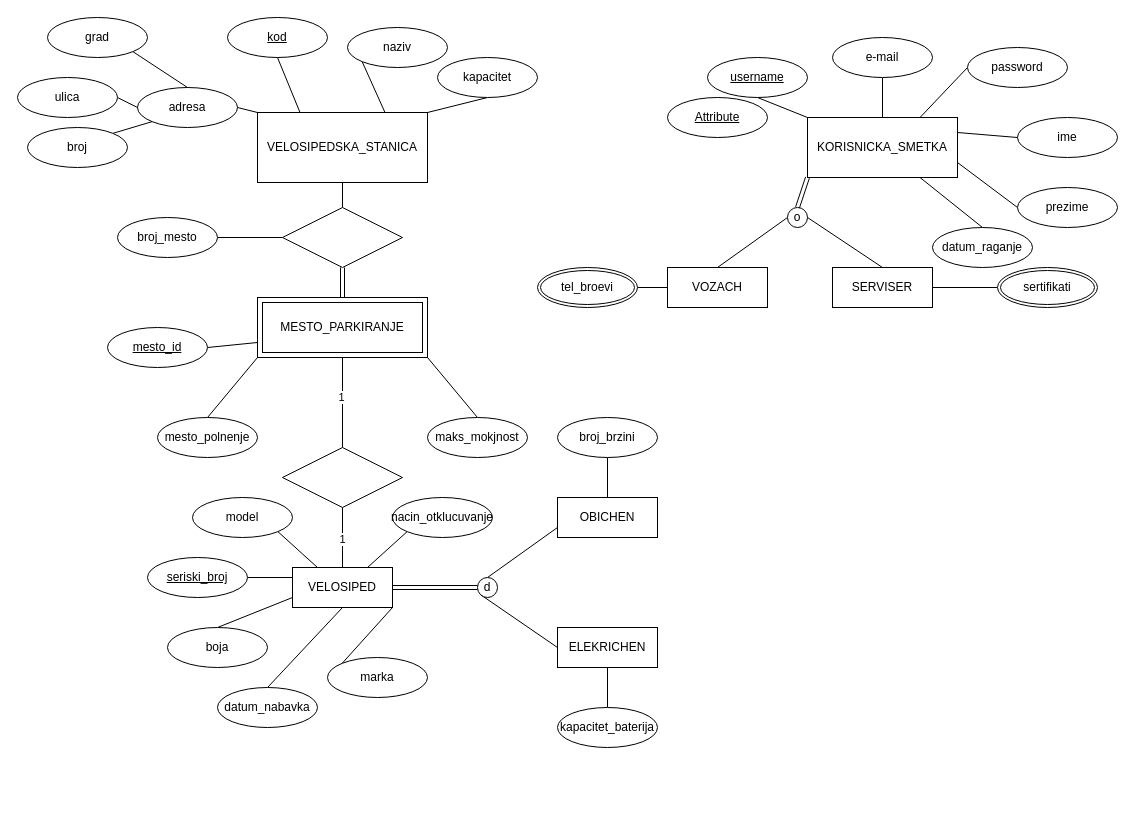
The draw.io diagram gptlab1.drawio in loramarku9/BAZInaPODATOCI, before the edit. Source tidied: cells renumbered, new cells numbered last; positions are measured from the earlier drawing's top-left corner, leaving out a move shared by most shapes. Both pictures are drawn from the tidied source at 100%, with x=0, y=0 at pixel (17, 17).
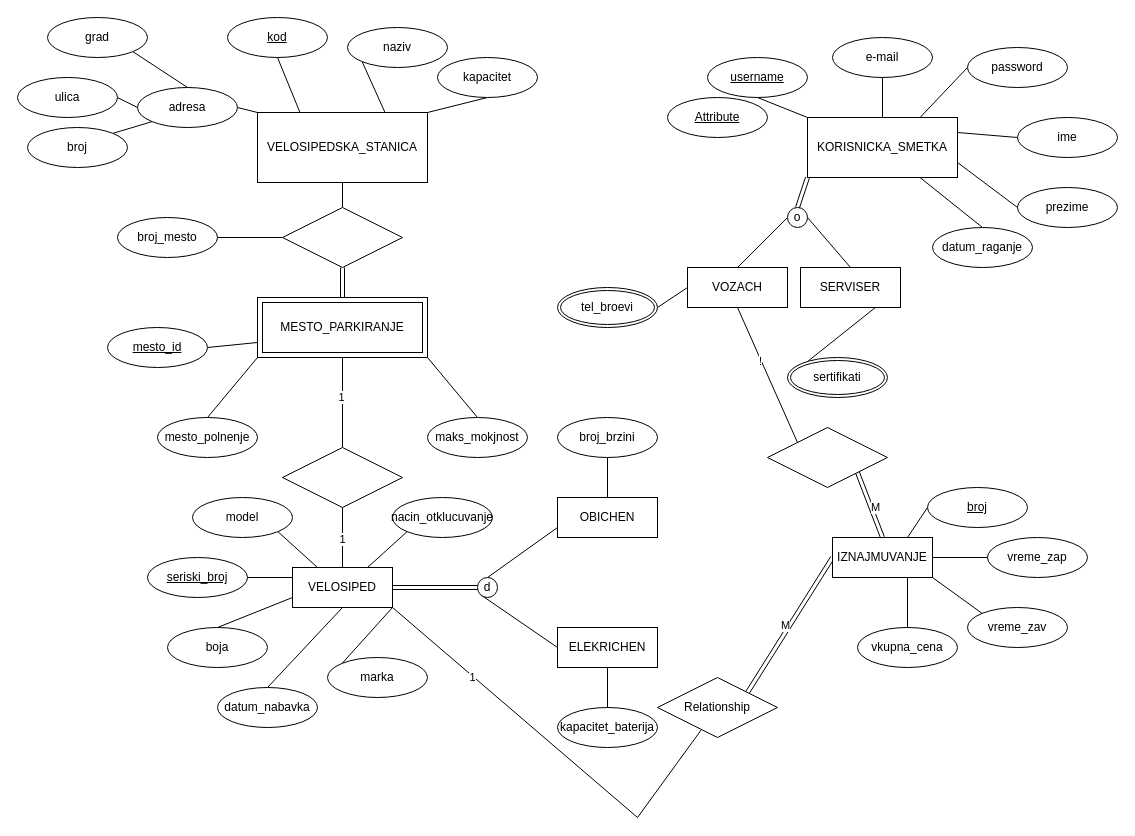
Above is the later version.

Unchanged cells that the change refers to:
```xml
<mxCell id="55" value="VELOSIPED" style="whiteSpace=wrap;html=1;align=center;" parent="1" vertex="1">
  <mxGeometry x="275" y="550" width="100" height="40" as="geometry" />
</mxCell>
```

What changed in the source:
```diff
@@
     <mxCell id="17" value="SERVISER" style="whiteSpace=wrap;html=1;align=center;" parent="1" vertex="1">
-      <mxGeometry x="815" y="250" width="100" height="40" as="geometry" />
+      <mxGeometry x="783" y="250" width="100" height="40" as="geometry" />
     </mxCell>
@@
+    <mxCell id="81" style="edgeStyle=none;shape=connector;rounded=0;jettySize=auto;html=1;exitX=0.5;exitY=1;exitDx=0;exitDy=0;entryX=0;entryY=0;entryDx=0;entryDy=0;strokeColor=default;align=center;verticalAlign=middle;fontFamily=Helvetica;fontSize=11;fontColor=default;labelBackgroundColor=default;defaultLabelBackgroundColor=page;endArrow=none;endFill=0;" parent="1" edge="1" source="19" target="98">
+      <mxGeometry relative="1" as="geometry" />
+    </mxCell>
+    <mxCell id="82" value="!" style="edgeLabel;html=1;align=center;verticalAlign=middle;inheritText=1;defaultLabelBackgroundColor=page;" parent="81" vertex="1">
+      <mxGeometry x="-0.21" y="-1" relative="1" as="geometry" />
+    </mxCell>
     <mxCell id="19" value="VOZACH" style="whiteSpace=wrap;html=1;align=center;" parent="1" vertex="1">
-      <mxGeometry x="650" y="250" width="100" height="40" as="geometry" />
+      <mxGeometry x="670" y="250" width="100" height="40" as="geometry" />
     </mxCell>
@@
     <mxCell id="23" value="tel_broevi" style="ellipse;shape=doubleEllipse;margin=3;whiteSpace=wrap;html=1;align=center;" parent="1" vertex="1">
-      <mxGeometry x="520" y="250" width="100" height="40" as="geometry" />
+      <mxGeometry x="540" y="270" width="100" height="40" as="geometry" />
     </mxCell>
     <mxCell id="24" value="sertifikati" style="ellipse;shape=doubleEllipse;margin=3;whiteSpace=wrap;html=1;align=center;" parent="1" vertex="1">
-      <mxGeometry x="980" y="250" width="100" height="40" as="geometry" />
+      <mxGeometry x="770" y="340" width="100" height="40" as="geometry" />
     </mxCell>
@@
+    <mxCell id="83" style="edgeStyle=none;shape=connector;rounded=0;jettySize=auto;html=1;exitX=1;exitY=1;exitDx=0;exitDy=0;strokeColor=default;align=center;verticalAlign=middle;fontFamily=Helvetica;fontSize=11;fontColor=default;labelBackgroundColor=default;defaultLabelBackgroundColor=page;endArrow=none;endFill=0;" parent="1" edge="1" source="55" target="99">
+      <mxGeometry relative="1" as="geometry">
+        <Array as="points">
+          <mxPoint x="620" y="800" />
+        </Array>
+      </mxGeometry>
+    </mxCell>
+    <mxCell id="84" value="1" style="edgeLabel;html=1;align=center;verticalAlign=middle;inheritText=1;defaultLabelBackgroundColor=page;" parent="83" vertex="1">
+      <mxGeometry x="-0.51" y="-1" relative="1" as="geometry" />
+    </mxCell>
@@
+    <mxCell id="85" style="edgeStyle=none;shape=connector;rounded=0;jettySize=auto;html=1;exitX=0.75;exitY=1;exitDx=0;exitDy=0;entryX=0.5;entryY=0;entryDx=0;entryDy=0;strokeColor=default;align=center;verticalAlign=middle;fontFamily=Helvetica;fontSize=11;fontColor=default;labelBackgroundColor=default;defaultLabelBackgroundColor=page;endArrow=none;endFill=0;" parent="1" edge="1" source="88" target="91">
+      <mxGeometry relative="1" as="geometry" />
+    </mxCell>
+    <mxCell id="86" style="edgeStyle=none;shape=link;rounded=0;jettySize=auto;html=1;exitX=0;exitY=0.5;exitDx=0;exitDy=0;entryX=1;entryY=0;entryDx=0;entryDy=0;strokeColor=default;align=center;verticalAlign=middle;fontFamily=Helvetica;fontSize=11;fontColor=default;labelBackgroundColor=default;defaultLabelBackgroundColor=page;endArrow=none;endFill=0;" parent="1" edge="1" source="88" target="99">
+      <mxGeometry relative="1" as="geometry" />
+    </mxCell>
+    <mxCell id="87" value="M" style="edgeLabel;html=1;align=center;verticalAlign=middle;inheritText=1;defaultLabelBackgroundColor=page;" parent="86" vertex="1">
+      <mxGeometry x="0.03" y="-3" relative="1" as="geometry">
+        <mxPoint x="-1" as="offset" />
+      </mxGeometry>
+    </mxCell>
+    <mxCell id="88" value="IZNAJMUVANJE" style="whiteSpace=wrap;html=1;align=center;" parent="1" vertex="1">
+      <mxGeometry x="815" y="520" width="100" height="40" as="geometry" />
+    </mxCell>
+    <mxCell id="89" style="edgeStyle=none;shape=connector;rounded=0;jettySize=auto;html=1;exitX=0;exitY=0.5;exitDx=0;exitDy=0;entryX=0.75;entryY=0;entryDx=0;entryDy=0;strokeColor=default;align=center;verticalAlign=middle;fontFamily=Helvetica;fontSize=11;fontColor=default;labelBackgroundColor=default;defaultLabelBackgroundColor=page;endArrow=none;endFill=0;" parent="1" edge="1" source="90" target="88">
+      <mxGeometry relative="1" as="geometry" />
+    </mxCell>
+    <mxCell id="90" value="broj" style="ellipse;whiteSpace=wrap;html=1;align=center;fontStyle=4;" parent="1" vertex="1">
+      <mxGeometry x="910" y="470" width="100" height="40" as="geometry" />
+    </mxCell>
+    <mxCell id="91" value="vkupna_cena" style="ellipse;whiteSpace=wrap;html=1;align=center;" parent="1" vertex="1">
+      <mxGeometry x="840" y="610" width="100" height="40" as="geometry" />
+    </mxCell>
+    <mxCell id="92" style="edgeStyle=none;shape=connector;rounded=0;jettySize=auto;html=1;exitX=0;exitY=0;exitDx=0;exitDy=0;entryX=1;entryY=1;entryDx=0;entryDy=0;strokeColor=default;align=center;verticalAlign=middle;fontFamily=Helvetica;fontSize=11;fontColor=default;labelBackgroundColor=default;defaultLabelBackgroundColor=page;endArrow=none;endFill=0;" parent="1" edge="1" source="93" target="88">
+      <mxGeometry relative="1" as="geometry" />
+    </mxCell>
+    <mxCell id="93" value="vreme_zav" style="ellipse;whiteSpace=wrap;html=1;align=center;" parent="1" vertex="1">
+      <mxGeometry x="950" y="590" width="100" height="40" as="geometry" />
+    </mxCell>
+    <mxCell id="94" style="edgeStyle=none;shape=connector;rounded=0;jettySize=auto;html=1;exitX=0;exitY=0.5;exitDx=0;exitDy=0;entryX=1;entryY=0.5;entryDx=0;entryDy=0;strokeColor=default;align=center;verticalAlign=middle;fontFamily=Helvetica;fontSize=11;fontColor=default;labelBackgroundColor=default;defaultLabelBackgroundColor=page;endArrow=none;endFill=0;" parent="1" edge="1" source="95" target="88">
+      <mxGeometry relative="1" as="geometry" />
+    </mxCell>
+    <mxCell id="95" value="vreme_zap" style="ellipse;whiteSpace=wrap;html=1;align=center;" parent="1" vertex="1">
+      <mxGeometry x="970" y="520" width="100" height="40" as="geometry" />
+    </mxCell>
+    <mxCell id="96" style="edgeStyle=none;shape=link;rounded=0;jettySize=auto;html=1;exitX=1;exitY=1;exitDx=0;exitDy=0;entryX=0.5;entryY=0;entryDx=0;entryDy=0;strokeColor=default;align=center;verticalAlign=middle;fontFamily=Helvetica;fontSize=11;fontColor=default;labelBackgroundColor=default;defaultLabelBackgroundColor=page;endArrow=none;endFill=0;" parent="1" edge="1" source="98" target="88">
+      <mxGeometry relative="1" as="geometry" />
+    </mxCell>
+    <mxCell id="97" value="M" style="edgeLabel;html=1;align=center;verticalAlign=middle;inheritText=1;defaultLabelBackgroundColor=page;" parent="96" vertex="1">
+      <mxGeometry x="0.11" y="4" relative="1" as="geometry" />
+    </mxCell>
+    <mxCell id="98" style="shape=rhombus;perimeter=rhombusPerimeter;whiteSpace=wrap;html=1;align=center;" parent="1" vertex="1">
+      <mxGeometry x="750" y="410" width="120" height="60" as="geometry" />
+    </mxCell>
+    <mxCell id="99" value="Relationship" style="shape=rhombus;perimeter=rhombusPerimeter;whiteSpace=wrap;html=1;align=center;" parent="1" vertex="1">
+      <mxGeometry x="640" y="660" width="120" height="60" as="geometry" />
+    </mxCell>
```
